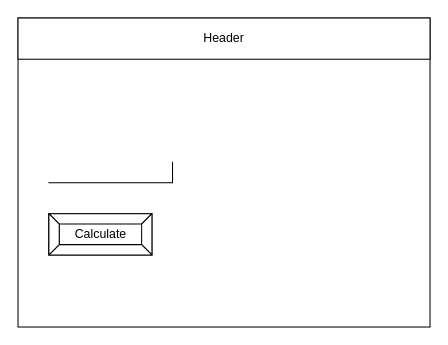
Above: design/story-board.drawio in Liya-Getachew/ICS2O-Assignment-6 (draw.io), before the change. Source tidied: cells renumbered, new cells numbered last; positions are measured from the earlier drawing's top-left corner, leaving out a move shared by most shapes. Both pictures are drawn from the tidied source at 103%, with x=0, y=0 at pixel (18, 18).
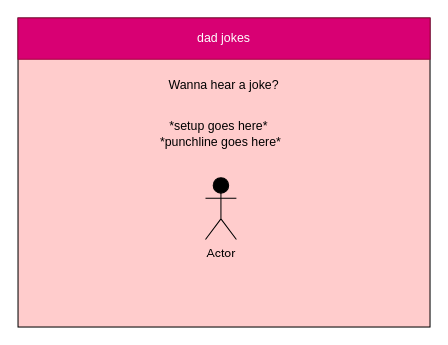
Above is the later version.

What changed in the source:
```diff
@@
 <mxGraphModel>
   <root>
     <mxCell id="0" />
     <mxCell id="1" parent="0" />
-    <mxCell id="2" style="rounded=0;whiteSpace=wrap;html=1;" parent="1" vertex="1">
+    <mxCell id="2" style="rounded=0;whiteSpace=wrap;html=1;fillColor=#FFCCCC;" parent="1" vertex="1">
       <mxGeometry width="400" height="300" as="geometry" />
     </mxCell>
-    <mxCell id="3" value="Header" style="rounded=0;whiteSpace=wrap;html=1;" parent="1" vertex="1">
+    <mxCell id="3" value="dad jokes" style="rounded=0;whiteSpace=wrap;html=1;fillColor=#d80073;fontColor=#ffffff;strokeColor=#A50040;" parent="1" vertex="1">
       <mxGeometry width="400" height="40" as="geometry" />
     </mxCell>
-    <mxCell id="4" style="shape=partialRectangle;whiteSpace=wrap;html=1;top=0;left=0;fillColor=none;" parent="1" vertex="1">
-      <mxGeometry x="30" y="140" width="120" height="20" as="geometry" />
-    </mxCell>
-    <mxCell id="5" value="Calculate" style="labelPosition=center;verticalLabelPosition=middle;align=center;html=1;shape=mxgraph.basic.button;dx=10;" parent="1" vertex="1">
-      <mxGeometry x="30" y="190" width="100" height="40" as="geometry" />
+    <mxCell id="5" value="Wanna hear a joke?" style="text;html=1;strokeColor=none;fillColor=none;align=center;verticalAlign=middle;whiteSpace=wrap;rounded=0;labelBackgroundColor=none;fontColor=#000000;" parent="1" vertex="1">
+      <mxGeometry x="140" y="50" width="120" height="30" as="geometry" />
     </mxCell>
+    <mxCell id="6" value="*setup goes here*" style="text;html=1;strokeColor=none;fillColor=none;align=center;verticalAlign=middle;whiteSpace=wrap;rounded=0;labelBackgroundColor=none;fontColor=#000000;" parent="1" vertex="1">
+      <mxGeometry x="130" y="90" width="130" height="30" as="geometry" />
+    </mxCell>
+    <mxCell id="7" value="*punchline goes here*" style="text;html=1;strokeColor=none;fillColor=none;align=center;verticalAlign=middle;whiteSpace=wrap;rounded=0;labelBackgroundColor=none;fontColor=#000000;" parent="1" vertex="1">
+      <mxGeometry x="117" y="106" width="160" height="30" as="geometry" />
+    </mxCell>
+    <mxCell id="8" value="Actor" style="shape=umlActor;verticalLabelPosition=bottom;verticalAlign=top;html=1;labelBackgroundColor=none;fontColor=#000000;fillColor=#000000;strokeColor=#000000;" parent="1" vertex="1">
+      <mxGeometry x="182" y="155" width="30" height="60" as="geometry" />
+    </mxCell>
   </root>
 </mxGraphModel>
```
